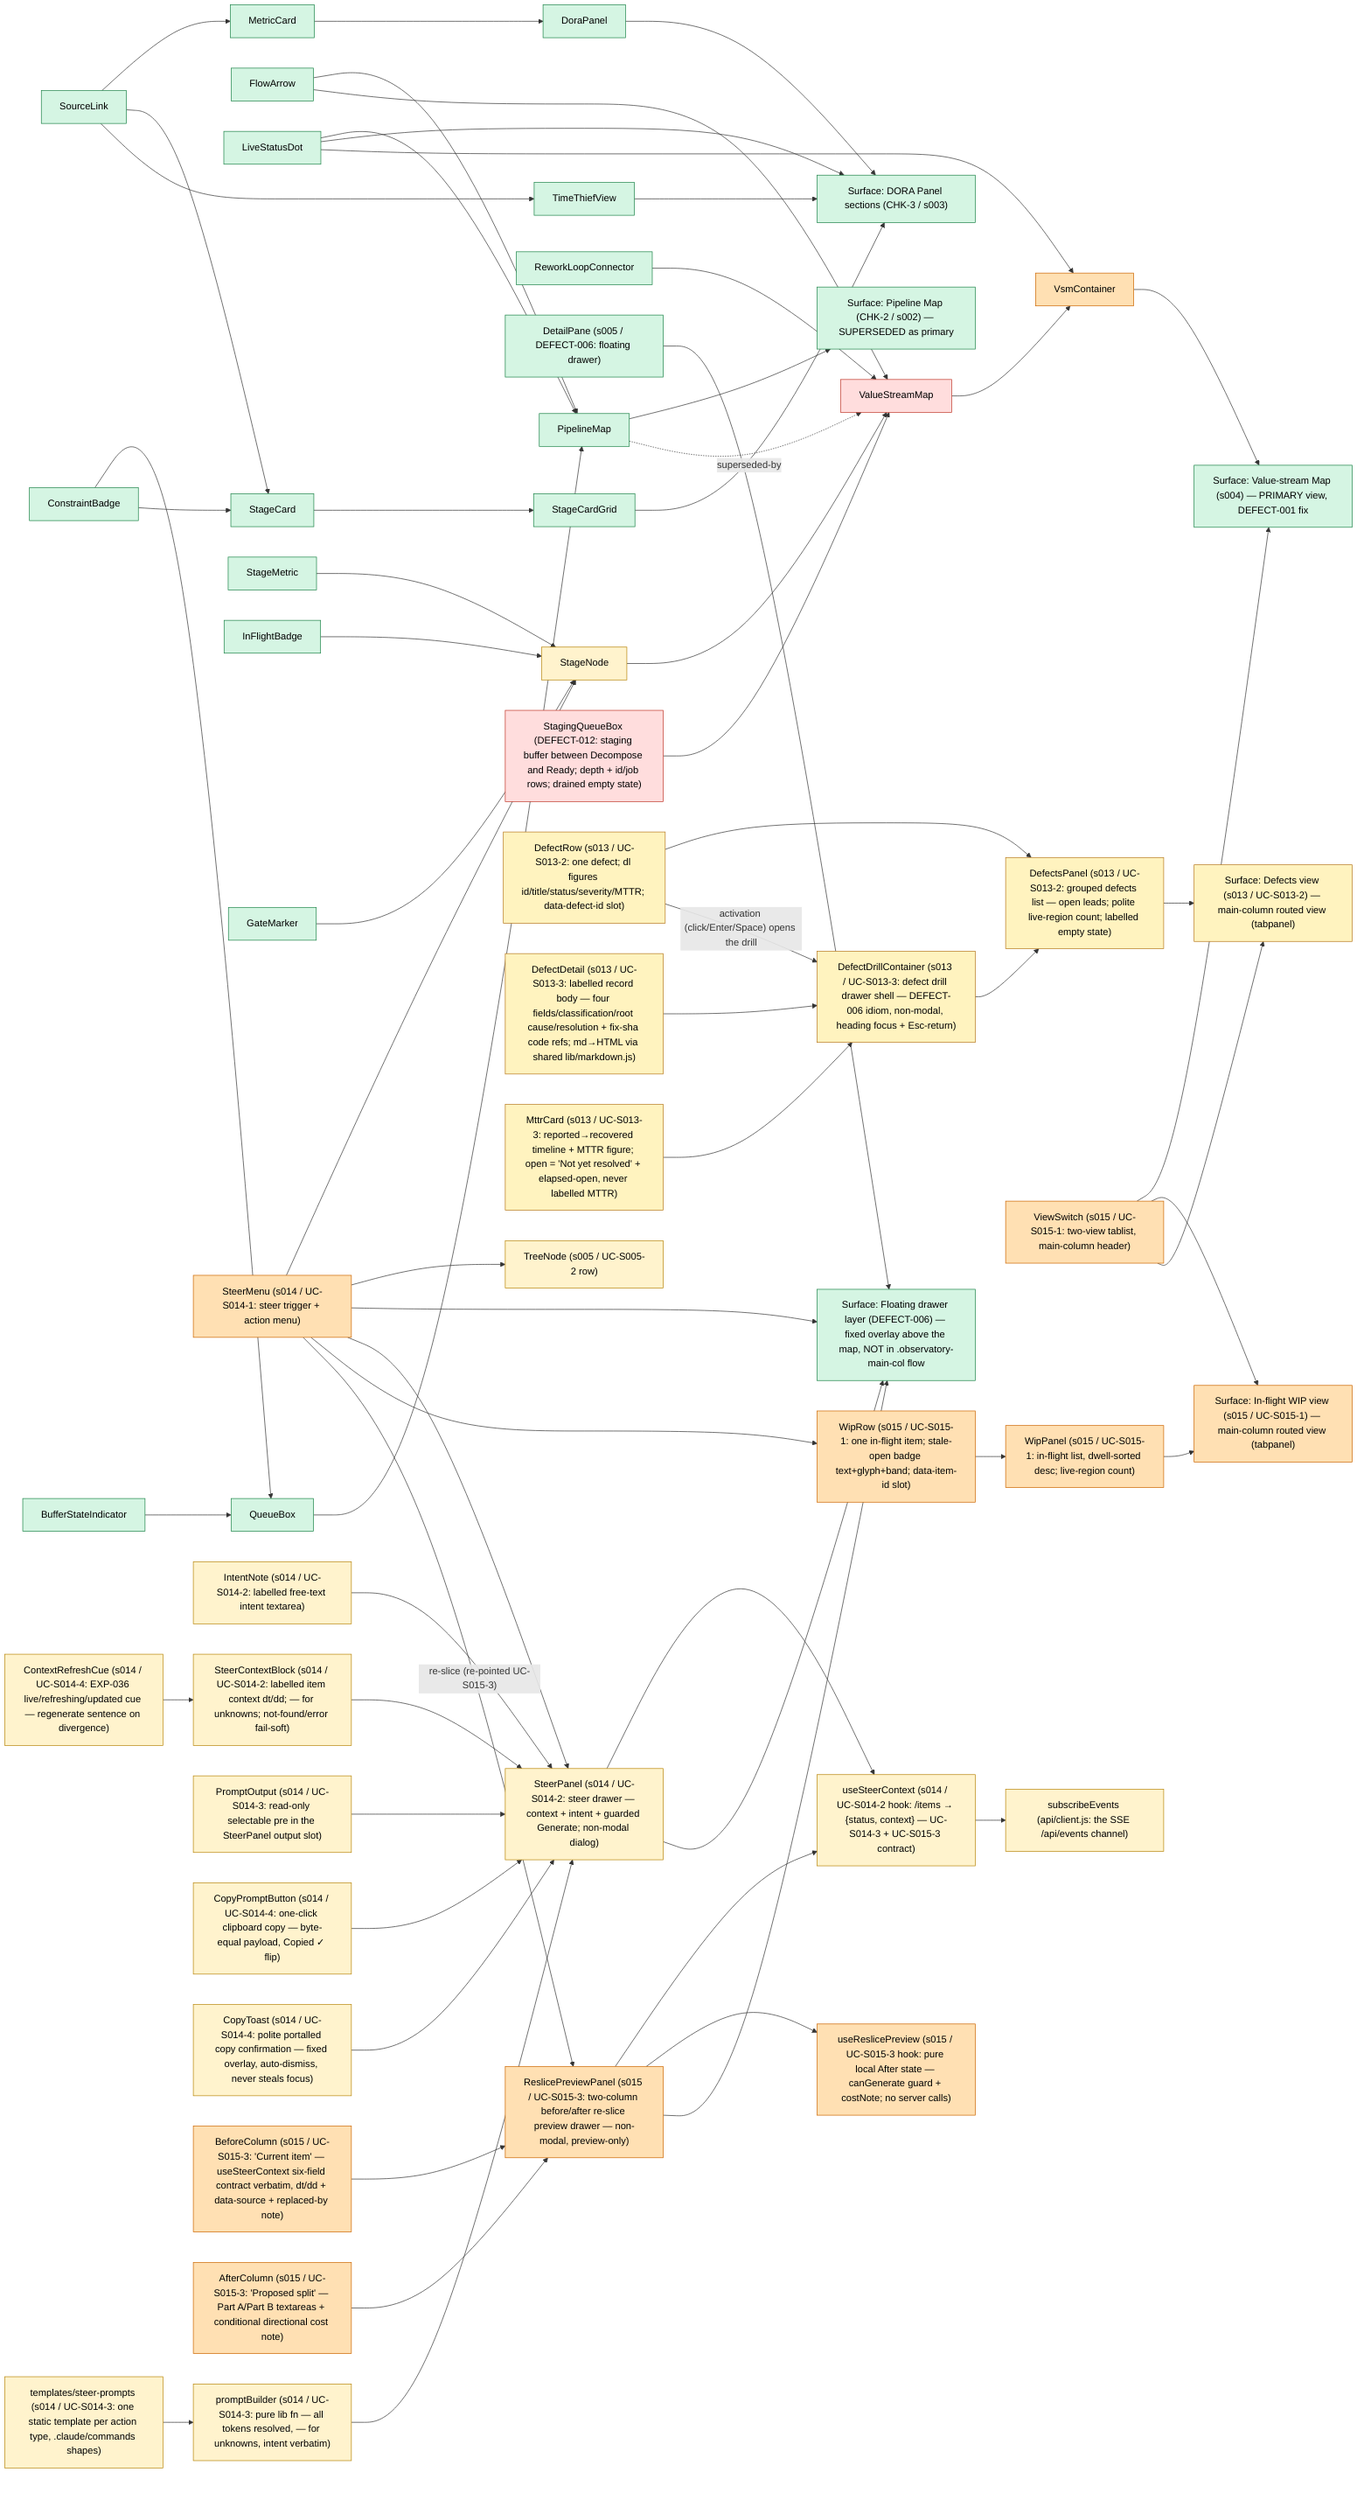
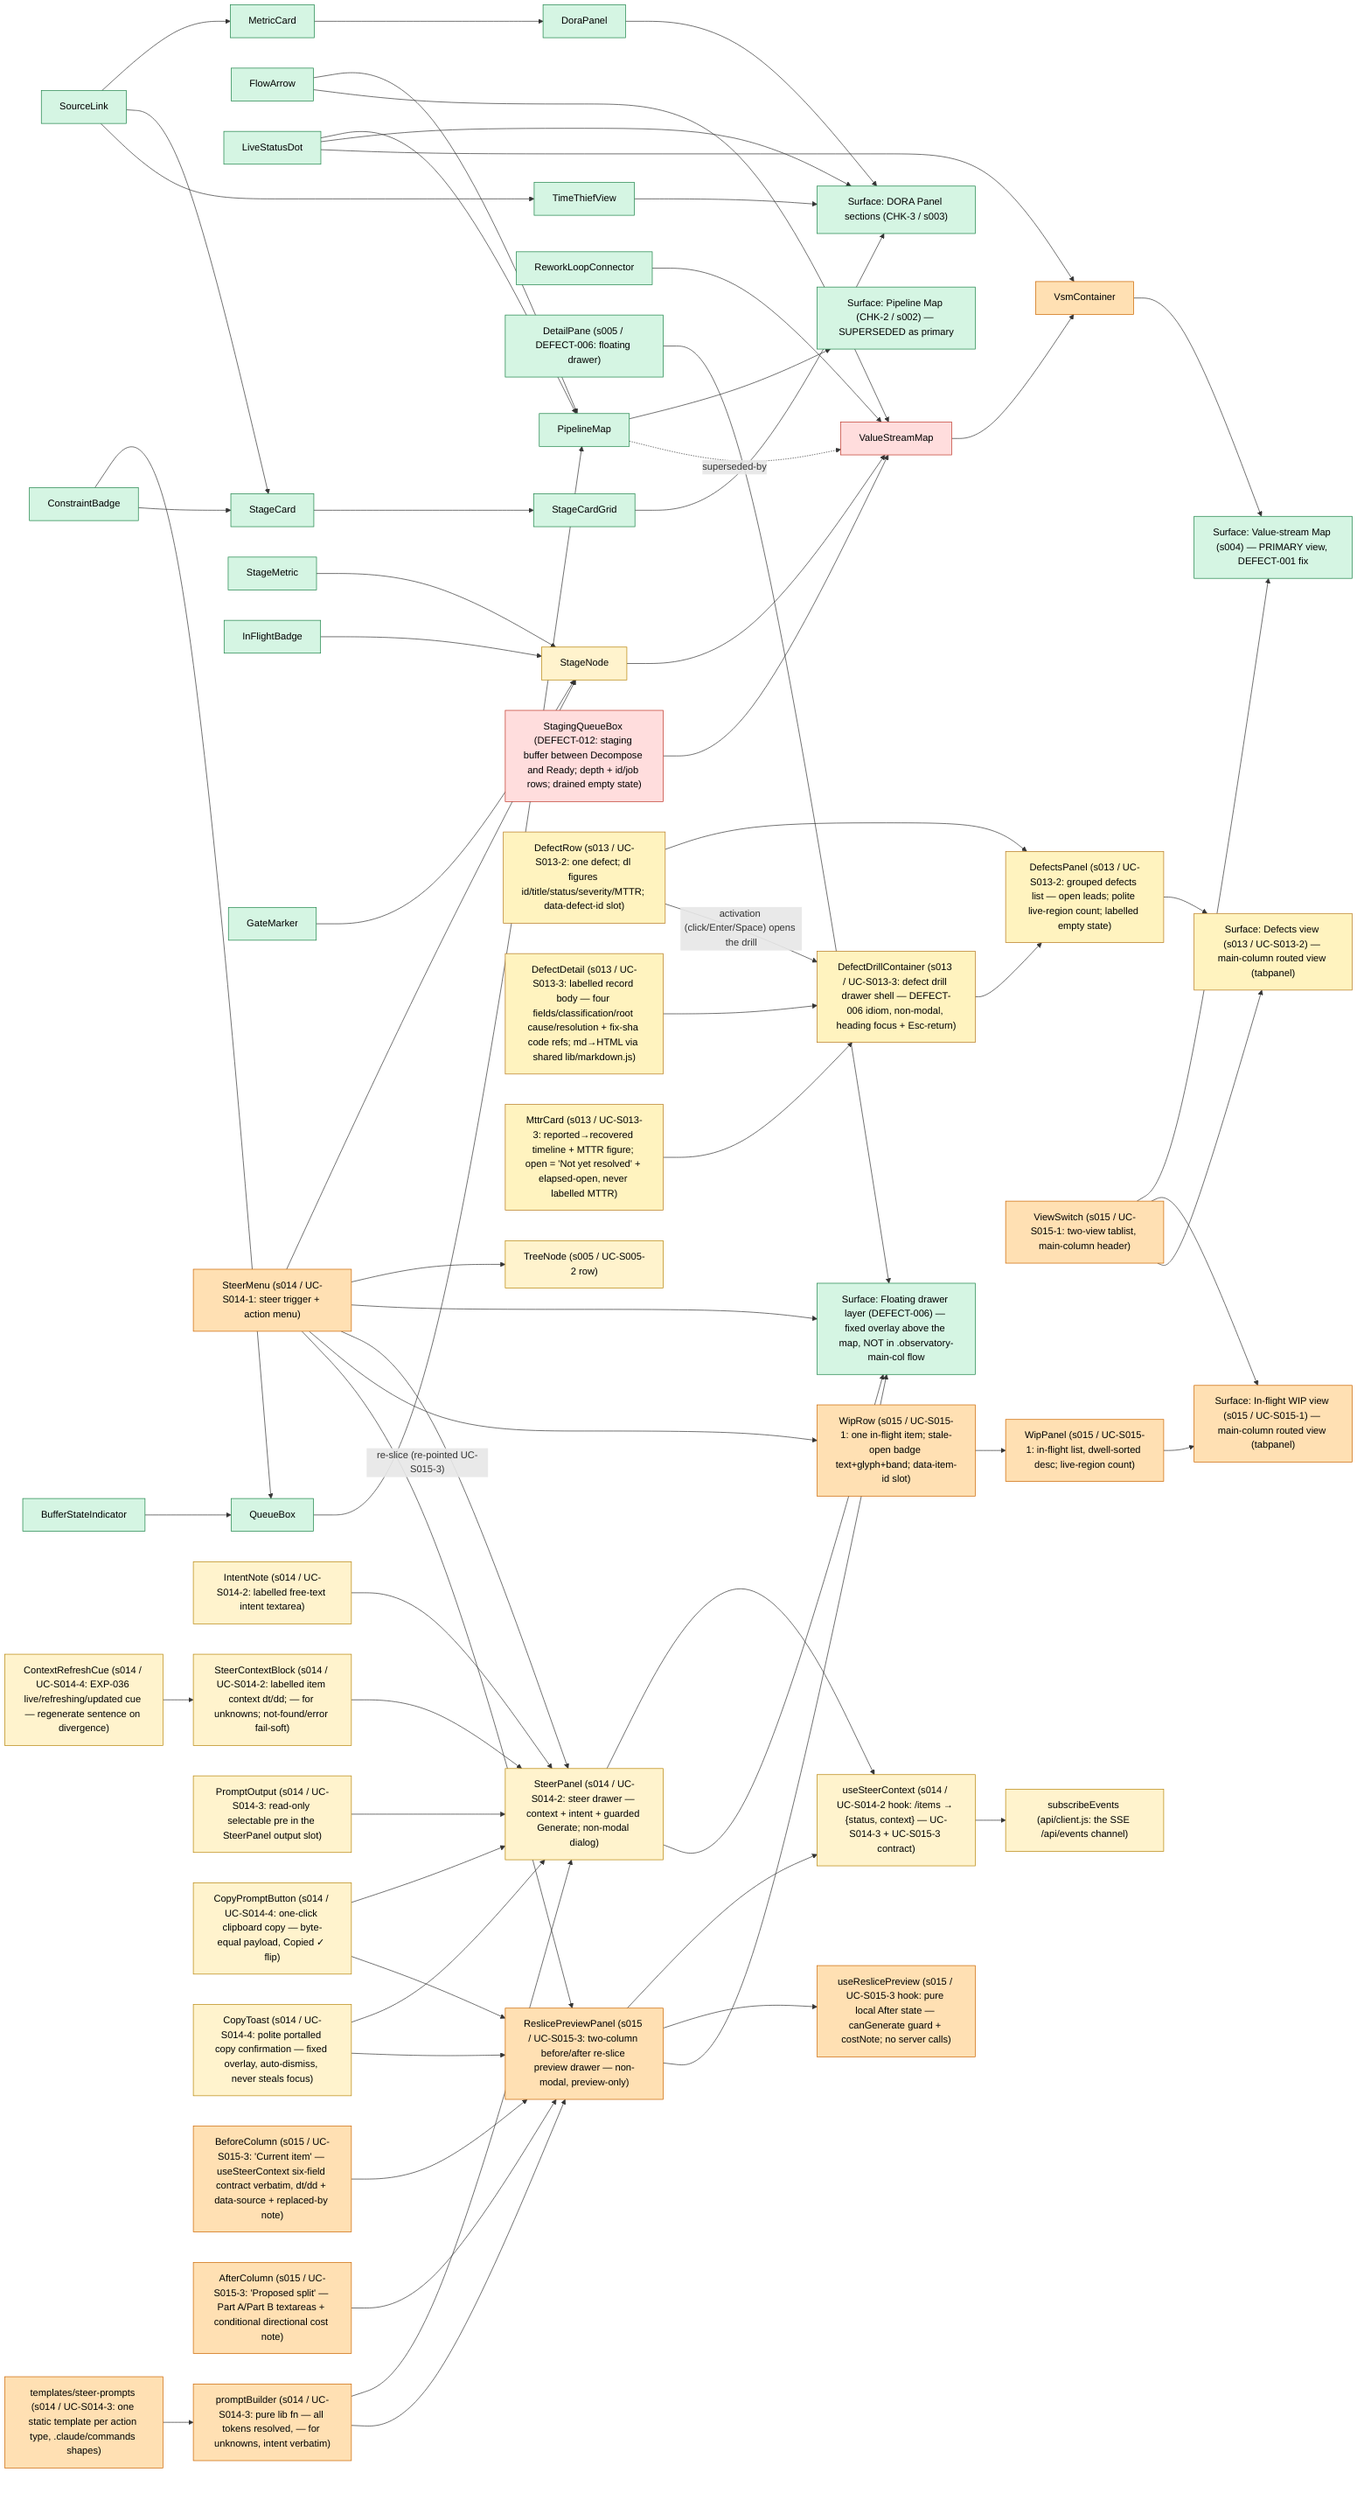
%% Observatory UI change-impact model — design-system components -> surfaces that use them.
%% Owner: ui-designer. Edges = "used by". Nodes/edges added or re-pointed in a commit
%% are marked `class ... changed` in the SAME commit; the tester consumes the marks
%% as the UI test-plan input, then they are cleared at slice delivery.
%% Seeded: s002-pipeline-map (CHK-2) — DELIVERED 2026-06-09T02:22:00Z; all nodes stable.
graph LR
  %% --- surfaces ---
  PipelineMapScreen["Surface: Pipeline Map (CHK-2 / s002) — SUPERSEDED as primary"]
  DoraPanelScreen["Surface: DORA Panel sections (CHK-3 / s003)"]
  ValueStreamScreen["Surface: Value-stream Map (s004) — PRIMARY view, DEFECT-001 fix"]
  ObservatoryDrawerLayer["Surface: Floating drawer layer (DEFECT-006) — fixed overlay above the map, NOT in .observatory-main-col flow"]

  %% --- design-system components ---
  PipelineMap["PipelineMap"]
  QueueBox["QueueBox"]
  BufferStateIndicator["BufferStateIndicator"]
  ConstraintBadge["ConstraintBadge"]
  FlowArrow["FlowArrow"]
  LiveStatusDot["LiveStatusDot"]
  DoraPanel["DoraPanel"]
  MetricCard["MetricCard"]
  StageCardGrid["StageCardGrid"]
  StageCard["StageCard"]
  TimeThiefView["TimeThiefView"]
  SourceLink["SourceLink"]
  %% s004 value-stream components (DEFECT-001 fix) — mounted as the PRIMARY view
  VsmContainer["VsmContainer"]
  ValueStreamMap["ValueStreamMap"]
  StageNode["StageNode"]
  StageMetric["StageMetric"]
  InFlightBadge["InFlightBadge"]
  GateMarker["GateMarker"]
  ReworkLoopConnector["ReworkLoopConnector"]

  %% --- used-by edges ---
  PipelineMap --> PipelineMapScreen
  QueueBox --> PipelineMap
  BufferStateIndicator --> QueueBox
  ConstraintBadge --> QueueBox
  FlowArrow --> PipelineMap
  LiveStatusDot --> PipelineMap
  %% CHK-3 (s003) used-by edges
  DoraPanel --> DoraPanelScreen
  StageCardGrid --> DoraPanelScreen
  TimeThiefView --> DoraPanelScreen
  MetricCard --> DoraPanel
  StageCard --> StageCardGrid
  ConstraintBadge --> StageCard
  SourceLink --> MetricCard
  SourceLink --> StageCard
  SourceLink --> TimeThiefView
  LiveStatusDot --> DoraPanelScreen
  %% s004 (DEFECT-001) used-by edges — the value-stream map becomes the primary surface.
  %% Runtime routing path: main.jsx mounts VsmContainer (NOT MapContainer) → ValueStreamMap.
  VsmContainer --> ValueStreamScreen
  ValueStreamMap --> VsmContainer
  StageNode --> ValueStreamMap
  StageMetric --> StageNode
  InFlightBadge --> StageNode
  GateMarker --> StageNode
  ReworkLoopConnector --> ValueStreamMap
  FlowArrow --> ValueStreamMap
  LiveStatusDot --> VsmContainer
  %% supersession: PipelineMap is no longer mounted as the primary view (still in tree, tested).
  PipelineMap -. superseded-by .-> ValueStreamMap

  %% DEFECT-006: DetailPane RE-POINTED — was an in-flow sibling of ValueStreamMap inside
  %% .observatory-main-col (reflowed the map); now a position:fixed floating drawer on its
  %% own overlay layer. The re-point is the regression-guard input for the tester (GEO-S005-3b).
  DetailPane["DetailPane (s005 / DEFECT-006: floating drawer)"]
  DetailPane --> ObservatoryDrawerLayer

  %% s014 / UC-S014-1: SteerMenu (NEW) — per-item steer trigger + body-portalled
  %% role=menu popover (4 action types). Composed READ-ONLY into the queue chips
  %% (StageNode) and the tree rows (TreeNode); onSteer(itemId, actionType) prop
  %% slot threads VsmContainer→ValueStreamMap→StageNode and WorkItemTree→TreeNode
  %% (no host logic change). The popover renders on the fixed-overlay layer
  %% (DEFECT-006 discipline) — zero flow height, own stacking context.
  %% NOTE for tester: trigger carries data-steer-item-id (NOT data-item-id — that
  %% stays the treeitem's unique selector); MetricSource reveal panels are now
  %% pointer-events:none so they cannot intercept clicks on the chips' triggers.
  TreeNode["TreeNode (s005 / UC-S005-2 row)"]
  SteerMenu["SteerMenu (s014 / UC-S014-1: steer trigger + action menu)"]
  SteerMenu --> StageNode
  SteerMenu --> TreeNode
  SteerMenu --> ObservatoryDrawerLayer

  %% s014 / UC-S014-2: SteerPanel (NEW) — the right-anchored NON-MODAL steer
  %% drawer the SteerMenu opens (DetailPane drawer IDIOM, not the component):
  %% position:fixed + portalled to document.body, z = --z-drawer + 1 (topmost
  %% over a co-open DetailPane). Regions: header → SteerContextBlock (labelled
  %% dt/dd context, data-source anchor) → IntentNote textarea → guarded
  %% "Generate prompt" (aria-disabled until ≥1 char) → UC-S014-3 output SLOT.
  %% Data: useSteerContext(itemId) fetches the EXISTING /items endpoint
  %% (READ-ONLY; no new route) → {status, context} — the contract UC-S014-3
  %% (promptBuilder) and UC-S015-3 (ReslicePreviewPanel) consume verbatim.
  %% RUNTIME ROUTING for the tester: ObservatoryView now OWNS the steer gesture
  %% — onSteer threads ObservatoryView→WorkItemTreeContainer→WorkItemTree→
  %% TreeNode→SteerMenu AND ObservatoryView→VsmContainer→ValueStreamMap→
  %% StageNode→SteerMenu (UC-S014-1's stub destination is now real); selection
  %% mounts SteerPanelContainer as a layout sibling (body-portalled overlay).
  %% Esc/×/Cancel close → focus RETURNS to the opening steer trigger.
  SteerPanel["SteerPanel (s014 / UC-S014-2: steer drawer — context + intent + guarded Generate; non-modal dialog)"]
  SteerContextBlock["SteerContextBlock (s014 / UC-S014-2: labelled item context dt/dd; — for unknowns; not-found/error fail-soft)"]
  IntentNote["IntentNote (s014 / UC-S014-2: labelled free-text intent textarea)"]
  UseSteerContext["useSteerContext (s014 / UC-S014-2 hook: /items → {status, context} — UC-S014-3 + UC-S015-3 contract)"]
  SteerMenu --> SteerPanel
  SteerPanel --> UseSteerContext
  SteerContextBlock --> SteerPanel
  IntentNote --> SteerPanel
  SteerPanel --> ObservatoryDrawerLayer

  %% s014 / UC-S014-3 THIS commit: promptBuilder (NEW) — PURE lib fn (steer
  %% action type + SteerContext + intent note → filled slash-command prompt;
  %% client-side only, NO server call on Generate). Templates are STATIC
  %% strings, one per action type, shapes matching the committed
  %% .claude/commands (/defect's four REAL fields expected/actual/intent/
  %% importance; /intake priority update; /slice-next re-slice; freeform
  %% custom). RUNTIME ROUTING for the tester: SteerPanelContainer (NOT
  %% ObservatoryView — untouched this UC) owns generation — panel onGenerate →
  %% buildPrompt → `prompt` prop → PromptOutput <pre> rendered INSIDE the
  %% UC-S014-2 reserved slot (prompt-output-slot). Output is SELECTABLE text
  %% (user-select: text); prompt carries item id WITH job sentence + operator
  %% intent VERBATIM, never raw row refs (no sourceRef path / row:N). Copy
  %% button/toast + SSE refresh are UC-S014-4 — pinned ABSENT by
  %% SteerPanelPrompt.test.jsx.
  PromptBuilder["promptBuilder (s014 / UC-S014-3: pure lib fn — all tokens resolved, — for unknowns, intent verbatim)"]
  SteerPromptTemplates["templates/steer-prompts (s014 / UC-S014-3: one static template per action type, .claude/commands shapes)"]
  PromptOutput["PromptOutput (s014 / UC-S014-3: read-only selectable pre in the SteerPanel output slot)"]
  PromptBuilder --> SteerPanel
  SteerPromptTemplates --> PromptBuilder
  PromptOutput --> SteerPanel

  %% s014 / UC-S014-4 THIS commit (part 1 — SSE seam): useSteerContext gains a
  %% DEBOUNCED subscribeEvents → in-place refresh (the useWipItems idiom): a
  %% relevant items.csv change frame re-fetches the context WITHOUT a loading
  %% reset (old context stays displayed; additive `refreshing` flag exposed for
  %% the ContextRefreshCue). Fail-soft without EventSource (jsdom → static).
  %% RUNTIME ROUTING for the tester: the refresh updates the CONTEXT BLOCK ONLY
  %% — prompt state lives in SteerPanelContainer and mutates exclusively on an
  %% explicit Generate press (PROMPT-FREEZE-1).
  SubscribeEvents["subscribeEvents (api/client.js: the SSE /api/events channel)"]
  UseSteerContext --> SubscribeEvents

  %% s014 / UC-S014-4 THIS commit (part 2 — copy + toast + cue; slice FINAL UC):
  %% CopyPromptButton (NEW) — one-click clipboard handoff INSIDE
  %% prompt-output-slot, AFTER the <pre> (tab order prompt → copy); copies the
  %% prompt prop BYTE-EQUAL to the displayed <pre> (PROMPT-COPY-1); label
  %% "Copy prompt" → "Copied ✓" (accessible name matches /copy/i in BOTH
  %% states); failed write shows NO success cue. CopyToast (NEW) — polite
  %% status region (role=status aria-live=polite), portalled to document.body
  %% + position:fixed (zero flow height — GEO-S014-4-1), auto-dismisses after
  %% --dur-toast (ONE new token), never takes focus. ContextRefreshCue (NEW) —
  %% the EXP-036 stale/live cue (LiveStatusDot idiom) on the context block:
  %% live/refreshing/updated; `updated` = "Context updated — regenerate to
  %% refresh the prompt" (the PROMPT-FREEZE-1 divergence signal; cue state is
  %% derived in SteerPanelContainer from `refreshing` + a context snapshot
  %% taken at the last Generate). RUNTIME ROUTING for the tester: SSE frame →
  %% useSteerContext refresh → context block re-renders IN PLACE; prompt state
  %% (SteerPanelContainer) is untouched — only an explicit Generate press
  %% rebuilds it. UC-S014-3's copy/toast ABSENT pins are FLIPPED in this
  %% commit (pin-flip ledger, ui-design.md UC-S014-4).
  CopyPromptButton["CopyPromptButton (s014 / UC-S014-4: one-click clipboard copy — byte-equal payload, Copied ✓ flip)"]
  CopyToast["CopyToast (s014 / UC-S014-4: polite portalled copy confirmation — fixed overlay, auto-dismiss, never steals focus)"]
  ContextRefreshCue["ContextRefreshCue (s014 / UC-S014-4: EXP-036 live/refreshing/updated cue — regenerate sentence on divergence)"]
  CopyPromptButton --> SteerPanel
  CopyToast --> SteerPanel
  ContextRefreshCue --> SteerContextBlock

  %% s015 / UC-S015-1: WIP navigation panel — ROUTED VIEW (EXP-016). ObservatoryView's
  %% main column gains a ViewSwitch tablist ("Pipeline" | "In-flight WIP") that swaps
  %% the column content between VsmContainer (default) and WipPanel. The two surfaces
  %% NEVER co-exist (inactive tabpanel is hidden AND empty → genuinely unmounted), so
  %% there is no overlay-reflow failure mode by construction (GEO-S015-1).
  %% RUNTIME ROUTING CHANGE for the tester: VsmContainer is now mounted CONDITIONALLY
  %% inside the pipeline tabpanel (was: unconditionally in .observatory-main-col) —
  %% GEO-S015-1 pins that switch-away-and-back restores a byte-identical VSM bbox.
  %% WipRow carries data-item-id — the composition slot UC-S015-2's SteerMenu reads.
  WipViewScreen["Surface: In-flight WIP view (s015 / UC-S015-1) — main-column routed view (tabpanel)"]
  ViewSwitch["ViewSwitch (s015 / UC-S015-1: two-view tablist, main-column header)"]
  WipPanel["WipPanel (s015 / UC-S015-1: in-flight list, dwell-sorted desc; live-region count)"]
  WipRow["WipRow (s015 / UC-S015-1: one in-flight item; stale-open badge text+glyph+band; data-item-id slot)"]
  ViewSwitch --> ValueStreamScreen
  ViewSwitch --> WipViewScreen
  WipPanel --> WipViewScreen
  WipRow --> WipPanel

  %% s015 / UC-S015-2 THIS commit: SteerMenu composed READ-ONLY into WipRow as the
  %% trailing row element (the TreeNode/StageNode idiom; trigger rides
  %% data-steer-item-id, the row keeps data-item-id unique). RUNTIME ROUTING for
  %% the tester: onSteer threads ObservatoryView→WipPanelContainer→WipPanel→
  %% WipRow→SteerMenu; ALL FOUR actions (incl. re-slice — explicit no-dead-end,
  %% interim until UC-S015-3 re-points that one branch) open the EXISTING
  %% SteerPanel with the item pre-loaded; close returns focus to the WIP-row trigger.
  SteerMenu --> WipRow

  %% s015 / UC-S015-3 THIS commit: ReslicePreviewPanel (NEW) — the two-column
  %% before/after re-slice preview drawer. SIBLING of SteerPanel in the SAME
  %% drawer family (steer-panel.css idiom REUSED: fixed + body-portalled +
  %% z-drawer+1, non-modal, focus move/return, Esc/×/Cancel) — style reuse,
  %% NOT component composition. Regions: h2 header → TWO-COLUMN body
  %% (BeforeColumn "Current item" = the useSteerContext six-field contract
  %% rendered VERBATIM, dt/dd + data-source | AfterColumn "Proposed split" =
  %% part-a-job/part-b-job textareas + directional cost note ONLY when both
  %% parts non-empty) → intent textarea → guarded "Looks right — generate
  %% prompt" (aria-disabled until ALL THREE fields non-empty) → reserved
  %% prompt-output-slot pinned EMPTY (prompt rendering is UC-S015-4).
  %% useReslicePreview (NEW hook) — PURE LOCAL After-state (no server calls).
  %% RUNTIME ROUTING CHANGE for the tester (RESLICE-DISPATCH-1): the
  %% ObservatoryView steer dispatch is RE-POINTED for ONE action —
  %% actionType==='re-slice' now mounts ReslicePreviewPanelContainer; the
  %% other three actions still mount SteerPanelContainer. Holds from EVERY
  %% SteerMenu origin (WIP row, tree row, VSM chip) — per-action, not
  %% per-origin. PREVIEW-ONLY: writes nothing; Generate's only output is the
  %% onGenerate({itemId, context, partAJob, partBJob, intentNote}) seam —
  %% UC-S015-4's verbatim input contract.
  ReslicePreviewPanel["ReslicePreviewPanel (s015 / UC-S015-3: two-column before/after re-slice preview drawer — non-modal, preview-only)"]
  BeforeColumn["BeforeColumn (s015 / UC-S015-3: 'Current item' — useSteerContext six-field contract verbatim, dt/dd + data-source + replaced-by note)"]
  AfterColumn["AfterColumn (s015 / UC-S015-3: 'Proposed split' — Part A/Part B textareas + conditional directional cost note)"]
  UseReslicePreview["useReslicePreview (s015 / UC-S015-3 hook: pure local After state — canGenerate guard + costNote; no server calls)"]
  BeforeColumn --> ReslicePreviewPanel
  AfterColumn --> ReslicePreviewPanel
  ReslicePreviewPanel --> UseSteerContext
  ReslicePreviewPanel --> UseReslicePreview
  ReslicePreviewPanel --> ObservatoryDrawerLayer
  %% the RE-POINTED dispatch edge: SteerMenu's re-slice action now lands here
  %% (the other three actions keep their SteerMenu --> SteerPanel adjacency).
  SteerMenu -- "re-slice (re-pointed UC-S015-3)" --> ReslicePreviewPanel

+   %% s015 / UC-S015-4 THIS commit: the reserved prompt-output-slot is no longer
+   %% pinned EMPTY — ReslicePreviewPanelContainer now OWNS prompt generation:
+   %% on Generate it calls the ENRICHED buildPrompt('re-slice', context,
+   %% intentNote, {partAJob, partBJob}) (PromptBuilder gained the optional 4th
+   %% arg; templates/steer-prompts/re-slice.js gained the named
+   %% RESLICE_SPLIT_TEMPLATE with {{part_a_job}}/{{part_b_job}} — the plain
+   %% default export is byte-identical to s014, all 3-arg call sites unchanged)
+   %% and renders the result into the slot via the s014 PromptOutput idiom
+   %% (mono/40vh/selectable <pre>) with the DELIVERED CopyPromptButton +
+   %% CopyToast REUSED (byte-equal clipboard, polite toast — not forked).
+   %% PROMPT-FREEZE-1 inherited: prompt state lives in the container and
+   %% mutates ONLY on an explicit Generate; SSE context refresh re-renders the
+   %% Before column, never the prompt. NOTE for tester: the UC-S015-3 e2e pin
+   %% "slot stays EMPTY after Generate" is FLIPPED (traceably, in
+   %% reslice-preview.spec.js); content/GEO/copy pins live in
+   %% e2e/reslice-prompt.spec.js + the REUSE_SERVER=1 real-data probe
+   %% e2e/reslice-prompt-real-data.spec.js.
+   PromptBuilder --> ReslicePreviewPanel
+   CopyPromptButton --> ReslicePreviewPanel
+   CopyToast --> ReslicePreviewPanel
+ 
  %% DEFECT-012: StagingQueueBox (NEW) — the staging buffer ("decomposed,
  %% awaiting triage") rendered INSIDE ValueStreamMap's queue lane BETWEEN the
  %% Decompose and Ready stage nodes, wrapped with two MiniArrows in the
  %% .staging-handoff flex item (replaces the old decompose→ready FlowArrow).
  %% Data: VsmContainer loads GET /queues/staging (getStagingQueue) and passes
  %% the {queue,depth,rows} envelope down; re-fetches on a staging.csv SSE frame.
  %% NOTE for tester: box is NOT focusable (A11Y-3 tab walk unchanged); testid
  %% staging-buffer (NOT stage-*); depth 0 renders an explicit drained state.
  StagingQueueBox["StagingQueueBox (DEFECT-012: staging buffer between Decompose and Ready; depth + id/job rows; drained empty state)"]
  StagingQueueBox --> ValueStreamMap

  %% s013 / UC-S013-2: Defects view — THIRD ROUTED VIEW in the main column.
  %% ViewSwitch (s015, EXTENDED — no fork: the TABS table grew to three; the
  %% active/onSelect contract is unchanged) now fans out to THREE view screens.
  %% DefectsPanel lists the /defects records grouped CONFIRMED-first then CLOSED
  %% (grouping/sort in useDefects — the panel is pure render); same hidden-AND-
  %% empty tabpanel discipline as the WIP view (GEO-S013-2-1: lossless switch).
  %% NOTE for tester: DefectRow carries data-defect-id (NOT data-item-id — that
  %% stays the tree/WIP unique contract) — the slot UC-S013-3's drill composes
  %% against. Open row cue = "OPEN" text + ⚠ glyph + --c-state-over band (never
  %% colour alone); ledger-only null severity renders "—"; open MTTR renders
  %% "open", never "0". Heading focus is a LAYOUT effect (sha 0c2b49c idiom —
  %% deterministic on mount, never racing a re-render).
  DefectsViewScreen["Surface: Defects view (s013 / UC-S013-2) — main-column routed view (tabpanel)"]
  DefectsPanel["DefectsPanel (s013 / UC-S013-2: grouped defects list — open leads; polite live-region count; labelled empty state)"]
  DefectRow["DefectRow (s013 / UC-S013-2: one defect; dl figures id/title/status/severity/MTTR; data-defect-id slot)"]
  ViewSwitch --> DefectsViewScreen
  DefectsPanel --> DefectsViewScreen
  DefectRow --> DefectsPanel

  %% s013 / UC-S013-3: defect drill-down + MTTR card. DefectDrillContainer is
  %% the THIRD consumer of the DEFECT-006 floating-drawer IDIOM (after
  %% DetailPane + SteerPanel) — position:fixed, body-portalled, drawer tokens,
  %% NON-modal; DetailPane.jsx itself NOT edited (item-coupled, read-only reuse
  %% slot shared with UC-S005-3). The drill is a PURE PROJECTION of the raw
  %% record the list hook already holds (record rides the DefectVM — no extra
  %% fetch, no server change). DefectDetail renders the seven md-bearing fields
  %% through the SHARED lib/markdown.js transform (mdToHtml FACTORED OUT of
  %% ArtifactView this commit — one markdown path in the codebase). MttrCard
  %% owns the duration humanisation (reuses formatMttr from useDefects);
  %% open state = "Not yet resolved" + elapsed figure NEVER labelled "MTTR".
  %% NOTE for tester: row trigger data-testid=defect-row-trigger (role=button,
  %% Enter+Space); data-defect-id continuity row → drawer; Esc/× returns focus
  %% to the originating row; GEO-S013-3-1 pure-overlay invariant.
  DefectDrillContainer["DefectDrillContainer (s013 / UC-S013-3: defect drill drawer shell — DEFECT-006 idiom, non-modal, heading focus + Esc-return)"]
  DefectDetail["DefectDetail (s013 / UC-S013-3: labelled record body — four fields/classification/root cause/resolution + fix-sha code refs; md→HTML via shared lib/markdown.js)"]
  MttrCard["MttrCard (s013 / UC-S013-3: reported→recovered timeline + MTTR figure; open = 'Not yet resolved' + elapsed-open, never labelled MTTR)"]
  DefectDetail --> DefectDrillContainer
  MttrCard --> DefectDrillContainer
  DefectRow -->|"activation (click/Enter/Space) opens the drill"| DefectDrillContainer
  DefectDrillContainer --> DefectsPanel

  classDef delivered fill:#d5f5e3,stroke:#1e8449,color:#000;
  %% CHK-3 (s003) DROPPED — scope absorbed into CHK-2 restated done-condition (s004 delivered).
  %% s004 DELIVERED 2026-06-10T11:00:00Z — CHK-2 done-condition MET.
  %% DEFECT-006 FIXED — DetailPane floating-drawer re-point delivered as part of s005 (CHK-4 done 2026-06-10T19:00:00Z).
  %% All of the above: s003-changed, s004changed, defect006changed marks cleared at their delivery.
  %% (ValueStreamMap moved to def012changed below — DEFECT-012 queue-lane re-route.)
  class PipelineMapScreen,PipelineMap,QueueBox,BufferStateIndicator,ConstraintBadge,FlowArrow,LiveStatusDot,DoraPanelScreen,DoraPanel,MetricCard,StageCardGrid,StageCard,TimeThiefView,SourceLink,ValueStreamScreen,VsmContainer,StageMetric,InFlightBadge,GateMarker,ReworkLoopConnector,DetailPane,ObservatoryDrawerLayer delivered;
  %% s014 still in-flight: UC-S014-1+2 done but UC-S014-3/4 planned; SteerMenu+StageNode+TreeNode
  %% remain in blast radius for the remaining s014 UCs (prompt builder, clipboard/SSE).
  %% UC-S014-2 THIS commit: SteerPanel/SteerContextBlock/IntentNote/useSteerContext added;
  %% SteerMenu→SteerPanel edge made real (onSteer now opens the panel — ObservatoryView +
  %% WorkItemTreeContainer carry the pass-through). Tester UI test-plan input.
  %% Convention: s014changed cleared only at full s014 slice delivery after tester final sign-off.
  classDef s014changed fill:#fff3cd,stroke:#b8860b,color:#000;
  %% UC-S014-3 THIS commit: PromptBuilder/SteerPromptTemplates/PromptOutput added;
  %% SteerPanel + its container gained the prompt prop + generation wiring
  %% (ObservatoryView untouched). Tester UI test-plan input.
  %% UC-S014-4 part 1: SubscribeEvents node + UseSteerContext --> SubscribeEvents
  %% edge added (debounced SSE in-place refresh). Part 2: CopyPromptButton/
  %% CopyToast/ContextRefreshCue added (copy handoff + EXP-036 cue); SteerPanel
  %% gained toast state + refreshCue prop; SteerPanelContainer gained the
  %% PROMPT-FREEZE-1 snapshot + cue derivation. Tester UI test-plan input.
-   class SteerMenu,TreeNode,StageNode,SteerPanel,SteerContextBlock,IntentNote,UseSteerContext,PromptBuilder,SteerPromptTemplates,PromptOutput,SubscribeEvents,CopyPromptButton,CopyToast,ContextRefreshCue s014changed;
+   %% UC-S015-4: PromptBuilder + SteerPromptTemplates MOVED to s015changed below
+   %% (s014 delivered 2026-06-12T15:33Z; the re-slice template/builder extension
+   %% is s015's change — tester test-plan input for THIS slice).
+   class SteerMenu,TreeNode,StageNode,SteerPanel,SteerContextBlock,IntentNote,UseSteerContext,PromptOutput,SubscribeEvents,CopyPromptButton,CopyToast,ContextRefreshCue s014changed;
  %% s015 / UC-S015-1 nodes added + VsmContainer re-pointed (conditional
  %% mount inside the pipeline tabpanel); UC-S015-2 adds the SteerMenu --> WipRow
  %% edge (trailing steer composition; SteerMenu joins the s015 blast radius —
  %% it keeps its s014changed mark, s014 still in flight, but the WipRow hosting
  %% edge is s015's). Tester UI test-plan input; cleared at s015 delivery after
  %% the tester consumes.
  classDef s015changed fill:#ffe0b3,stroke:#cc6600,color:#000;
  class WipViewScreen,ViewSwitch,WipPanel,WipRow,VsmContainer,SteerMenu s015changed;
  %% DEFECT-012 — StagingQueueBox added + ValueStreamMap queue lane re-routed
  %% (decompose→staging→ready connectors); cleared at delivery after the tester consumes.
  classDef def012changed fill:#fdd,stroke:#c0392b,color:#000;
  class StagingQueueBox,ValueStreamMap def012changed;
  %% s013 / UC-S013-2 — DefectsViewScreen/DefectsPanel/DefectRow added THIS commit;
  %% ViewSwitch EXTENDED to three tabs in the same commit (it keeps its s015changed
  %% mark — s015 is still in flight — but it IS in the s013 blast radius too: the
  %% ViewSwitch --> DefectsViewScreen edge above is s013's). Tester UI test-plan
  %% input; cleared at s013 delivery after the tester consumes.
  classDef s013changed fill:#fff3bf,stroke:#b7791f,color:#000;
  %% UC-S013-3 THIS commit — DefectDrillContainer/DefectDetail/MttrCard added;
  %% DefectRow activation edge wired (the reserved drill slot). Tester UI
  %% test-plan input; cleared at s013 delivery after the tester consumes.
  class DefectsViewScreen,DefectsPanel,DefectRow,DefectDrillContainer,DefectDetail,MttrCard s013changed;
  %% s015 / UC-S015-3 THIS commit — ReslicePreviewPanel/BeforeColumn/AfterColumn/
  %% UseReslicePreview added; the ObservatoryView re-slice dispatch branch
  %% RE-POINTED to ReslicePreviewPanel (SteerMenu -- re-slice --> ReslicePreviewPanel;
  %% the other three actions keep SteerMenu --> SteerPanel). UseSteerContext is in
  %% the UC-S015-3 blast radius too (Before-column reuse; it keeps its s014changed
  %% mark — s014 still in flight). Tester UI test-plan input; cleared at s015
  %% delivery after the tester consumes. (Separate class statement so parallel
  %% UC commits do not collide on one line.)
  class ReslicePreviewPanel,BeforeColumn,AfterColumn,UseReslicePreview s015changed;
+   %% s015 / UC-S015-4 THIS commit — PromptBuilder EXTENDED (optional 4th arg
+   %% {partAJob,partBJob}; re-slice picks the enriched template when a part is
+   %% non-empty) + SteerPromptTemplates EXTENDED (named RESLICE_SPLIT_TEMPLATE;
+   %% default export byte-identical to s014). Both MOVED out of s014changed
+   %% (s014 delivered) into the s015 blast radius. ReslicePreviewPanel gained
+   %% the prompt prop + slot rendering + copy/toast wiring; its container owns
+   %% generation + PROMPT-FREEZE. New edges: PromptBuilder/CopyPromptButton/
+   %% CopyToast --> ReslicePreviewPanel. Tester UI test-plan input; cleared at
+   %% s015 delivery after the tester consumes. (Separate class statement so
+   %% parallel UC commits do not collide on one line.)
+   class PromptBuilder,SteerPromptTemplates s015changed;
